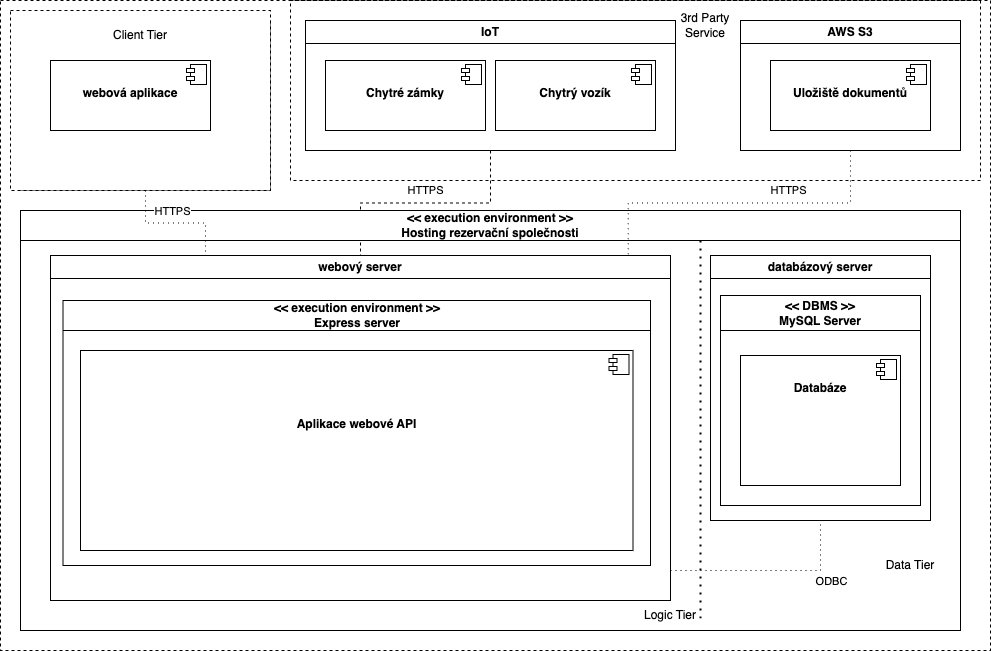
Earlier version of the draw.io export documents/architectures/MMTA/assets/deployment_diagram_MMTA.png (strbavaclav/4IT575-SP). Source tidied: cells renumbered, new cells last; positions are measured from the earlier drawing's top-left corner, leaving out a move shared by most shapes.
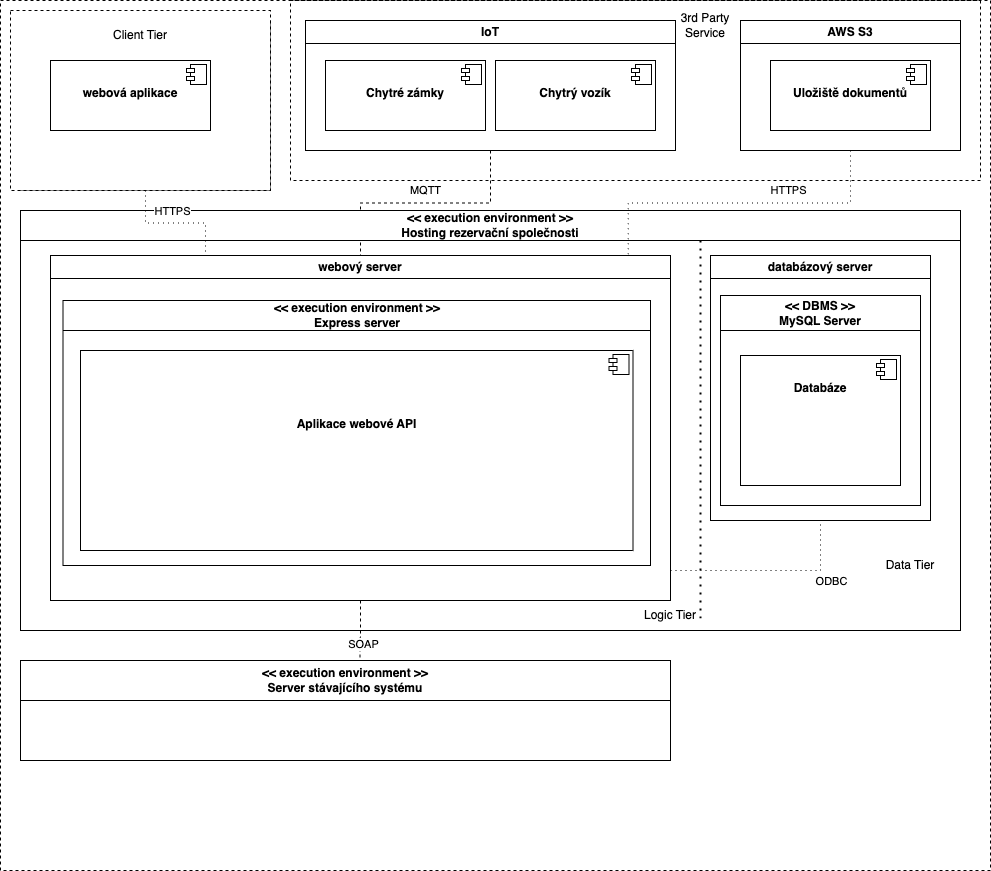
The same diagram one commit later.

Diff of the diagram source:
```diff
@@ -3,7 +3,7 @@
     <mxCell id="0" />
     <mxCell id="1" parent="0" />
     <mxCell id="2" style="rounded=0;whiteSpace=wrap;html=1;dashed=1;" parent="1" vertex="1">
-      <mxGeometry width="990" height="650" as="geometry" />
+      <mxGeometry width="990" height="870" as="geometry" />
     </mxCell>
     <mxCell id="3" value="AWS S3" style="swimlane;whiteSpace=wrap;html=1;" parent="1" vertex="1">
       <mxGeometry x="740" y="20" width="220" height="130" as="geometry" />
@@ -19,7 +19,7 @@
     <mxCell id="6" style="edgeStyle=orthogonalEdgeStyle;rounded=0;jettySize=auto;html=1;exitX=0.5;exitY=1;exitDx=0;exitDy=0;endArrow=none;endFill=0;dashed=1;entryX=0.5;entryY=0;entryDx=0;entryDy=0;" parent="1" edge="1" source="8" target="21">
       <mxGeometry relative="1" as="geometry" />
     </mxCell>
-    <mxCell id="7" value="HTTPS" style="edgeLabel;html=1;align=center;verticalAlign=middle;" parent="6" vertex="1">
+    <mxCell id="7" value="MQTT" style="edgeLabel;html=1;align=center;verticalAlign=middle;" parent="6" vertex="1">
       <mxGeometry y="-2" relative="1" as="geometry">
         <mxPoint y="-11" as="offset" />
       </mxGeometry>
@@ -138,5 +138,14 @@
     <mxCell id="37" value="3rd Party Service" style="text;html=1;strokeColor=none;fillColor=none;align=center;verticalAlign=middle;whiteSpace=wrap;rounded=0;" parent="1" vertex="1">
       <mxGeometry x="675" y="10" width="60" height="30" as="geometry" />
     </mxCell>
+    <mxCell id="38" value="&amp;lt;&amp;lt; execution environment &amp;gt;&amp;gt;&lt;br&gt;Server stávajícího systému" style="swimlane;whiteSpace=wrap;html=1;startSize=40;" parent="1" vertex="1">
+      <mxGeometry x="20" y="660" width="650" height="100" as="geometry" />
+    </mxCell>
+    <mxCell id="39" style="edgeStyle=orthogonalEdgeStyle;rounded=0;jettySize=auto;html=1;entryX=0.522;entryY=0;entryDx=0;entryDy=0;entryPerimeter=0;endArrow=none;endFill=0;dashed=1;" parent="1" edge="1" source="21" target="38">
+      <mxGeometry relative="1" as="geometry" />
+    </mxCell>
+    <mxCell id="40" value="SOAP" style="edgeLabel;html=1;align=center;verticalAlign=middle;" parent="39" vertex="1">
+      <mxGeometry x="0.44" y="3" relative="1" as="geometry" />
+    </mxCell>
   </root>
 </mxGraphModel>
```
